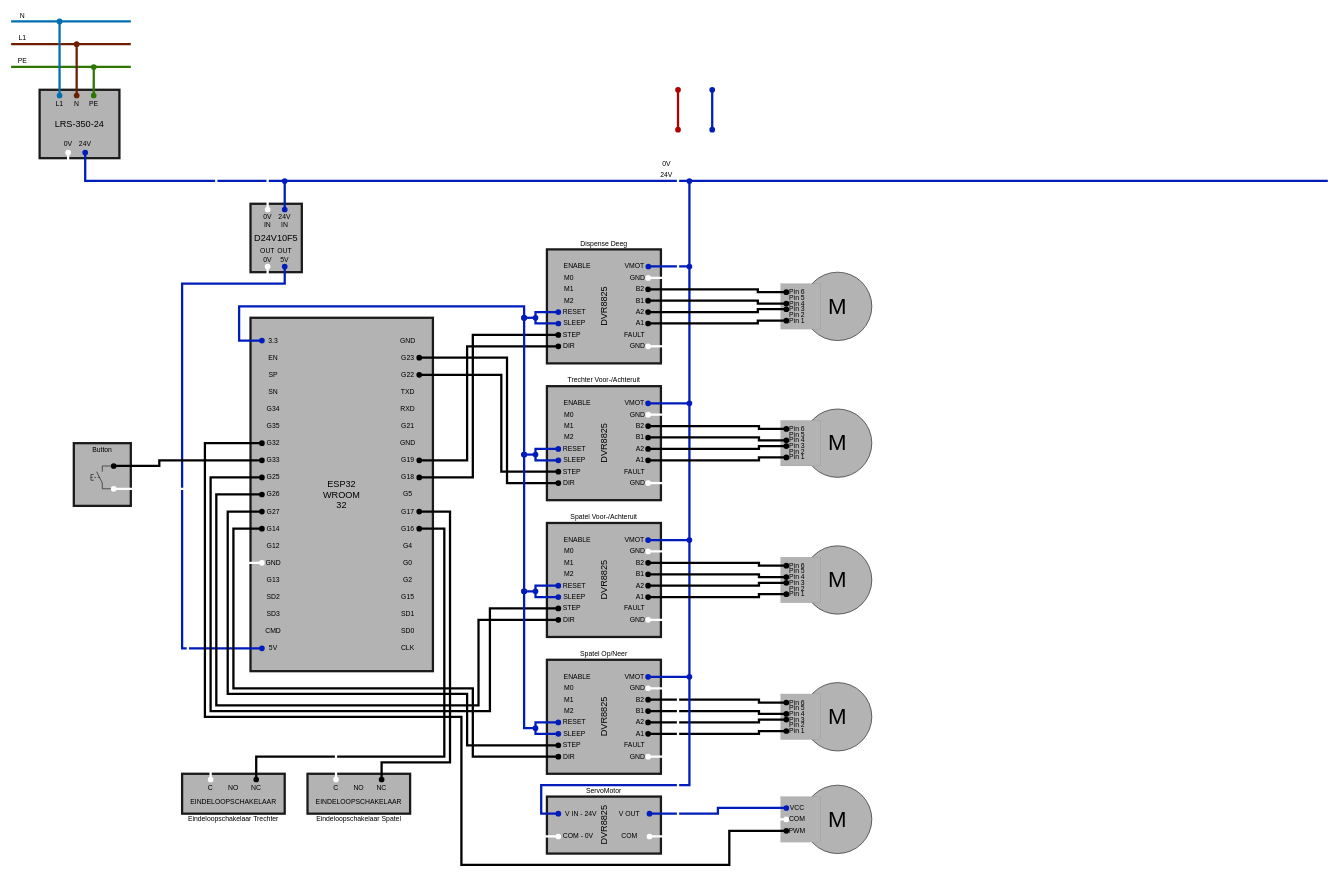
vives-project-xp/AutomatischePannenkoekmachine keeps this draw.io diagram as Elektrisch schema/eendraadschema.drawio. Above is the earlier version. Source tidied: cells renumbered, new cells numbered last; positions are measured from the earlier drawing's top-left corner, leaving out a move shared by most shapes. Both pictures are drawn from the tidied source at 57%, with x=0, y=0 at pixel (11, 10).
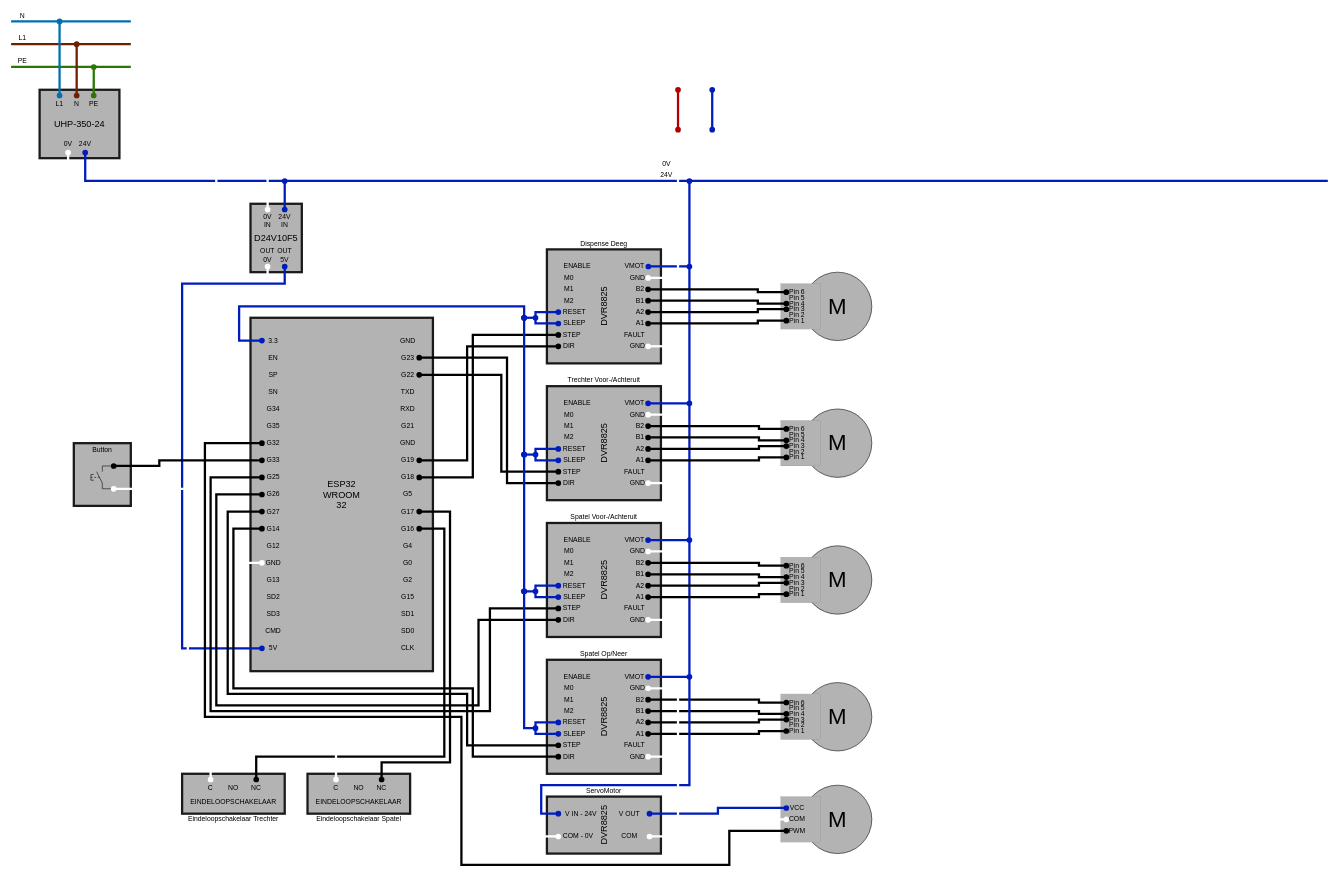
The same page after the edit.

Commit message (it also covers changes not shown here):
upd elektr schema

Diff of the diagram source:
```diff
@@
-    <mxCell id="6" value="&lt;font style=&quot;font-size: 16px;&quot;&gt;LRS-350-24&lt;/font&gt;" style="rounded=0;whiteSpace=wrap;html=1;strokeWidth=4;fillColor=#B3B3B3;strokeColor=#1A1A1A;" parent="1" vertex="1">
+    <mxCell id="6" value="&lt;font style=&quot;font-size: 16px;&quot;&gt;UHP-350-24&lt;/font&gt;" style="rounded=0;whiteSpace=wrap;html=1;strokeWidth=4;fillColor=#B3B3B3;strokeColor=#1A1A1A;" parent="1" vertex="1">
       <mxGeometry x="50" y="140" width="140" height="120" as="geometry" />
     </mxCell>
```
